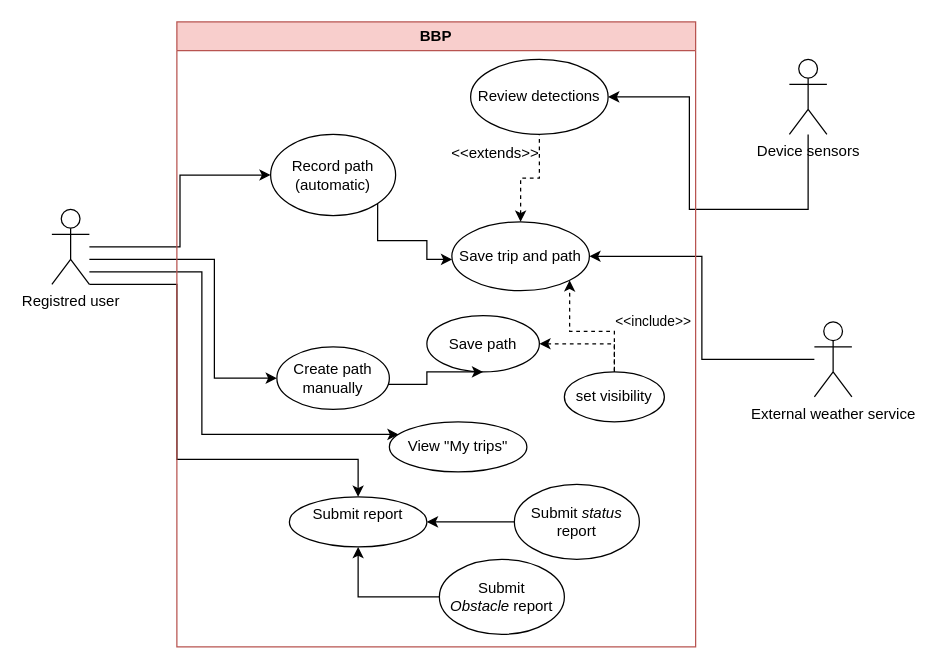
jacopobellosi/Bellosi-Montanelli-Tempobono keeps this draw.io diagram as page "Registred_user" (3 of 3) of RASD/LaTeXCode/images/drawio/Use_Case_Diagram.drawio. Above is the earlier version. Source tidied: cells renumbered, new cells numbered last; positions are measured from the earlier drawing's top-left corner, leaving out a move shared by most shapes. Both pictures are drawn from the tidied source at 125%, with x=0, y=0 at pixel (51, 21).
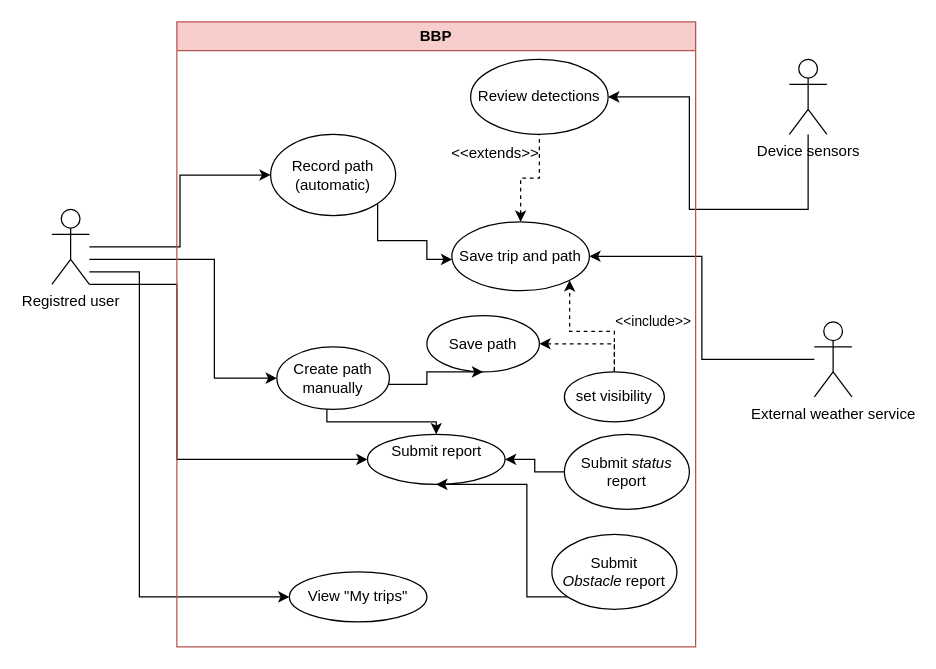
Above is the later version.

The change refers to these unchanged cells:
```xml
<mxCell id="9" value="Registred user" style="shape=umlActor;verticalLabelPosition=bottom;verticalAlign=top;html=1;" parent="1" vertex="1">
  <mxGeometry y="150" width="30" height="60" as="geometry" />
</mxCell>
<mxCell id="11" value="BBP" style="swimlane;whiteSpace=wrap;html=1;fillColor=#f8cecc;strokeColor=#b85450;" parent="1" vertex="1">
  <mxGeometry x="100" width="415" height="500" as="geometry" />
</mxCell>
<mxCell id="23" value="Create path manually" style="ellipse;whiteSpace=wrap;html=1;" parent="11" vertex="1">
  <mxGeometry x="80" y="260" width="90" height="50" as="geometry" />
</mxCell>
```

Diff of the diagram source:
```diff
@@
     <mxCell id="7" style="edgeStyle=orthogonalEdgeStyle;rounded=0;jettySize=auto;html=1;" parent="1" edge="1" source="9" target="22">
       <mxGeometry relative="1" as="geometry">
         <Array as="points">
-          <mxPoint x="120" y="200" />
-          <mxPoint x="120" y="330" />
+          <mxPoint x="70" y="200" />
+          <mxPoint x="70" y="460" />
         </Array>
       </mxGeometry>
     </mxCell>
@@
     <mxCell id="17" value="Submit report" style="ellipse;whiteSpace=wrap;html=1;verticalAlign=top;" parent="11" vertex="1">
-      <mxGeometry x="90" y="380" width="110" height="40" as="geometry" />
+      <mxGeometry x="152.5" y="330" width="110" height="40" as="geometry" />
     </mxCell>
@@
     <mxCell id="19" value="Submit &lt;i&gt;status &lt;/i&gt;report" style="ellipse;whiteSpace=wrap;html=1;" parent="11" vertex="1">
-      <mxGeometry x="270" y="370" width="100" height="60" as="geometry" />
+      <mxGeometry x="310" y="330" width="100" height="60" as="geometry" />
     </mxCell>
     <mxCell id="20" style="edgeStyle=orthogonalEdgeStyle;rounded=0;jettySize=auto;html=1;entryX=0.5;entryY=1;entryDx=0;entryDy=0;" parent="11" edge="1" source="21" target="17">
       <mxGeometry relative="1" as="geometry">
         <Array as="points">
-          <mxPoint x="145" y="460" />
+          <mxPoint x="280" y="460" />
+          <mxPoint x="280" y="370" />
         </Array>
       </mxGeometry>
     </mxCell>
     <mxCell id="21" value="Submit &lt;i&gt;Obstacle&amp;nbsp;&lt;/i&gt;report" style="ellipse;whiteSpace=wrap;html=1;" parent="11" vertex="1">
-      <mxGeometry x="210" y="430" width="100" height="60" as="geometry" />
+      <mxGeometry x="300" y="410" width="100" height="60" as="geometry" />
     </mxCell>
     <mxCell id="22" value="View &quot;My trips&quot;" style="ellipse;whiteSpace=wrap;html=1;" parent="11" vertex="1">
-      <mxGeometry x="170" y="320" width="110" height="40" as="geometry" />
+      <mxGeometry x="90" y="440" width="110" height="40" as="geometry" />
     </mxCell>
+    <mxCell id="31" style="edgeStyle=orthogonalEdgeStyle;rounded=0;jettySize=auto;html=1;entryX=0.5;entryY=0;entryDx=0;entryDy=0;" parent="11" edge="1" source="23" target="17">
+      <mxGeometry relative="1" as="geometry">
+        <Array as="points">
+          <mxPoint x="120" y="320" />
+          <mxPoint x="207" y="320" />
+        </Array>
+      </mxGeometry>
+    </mxCell>
```
